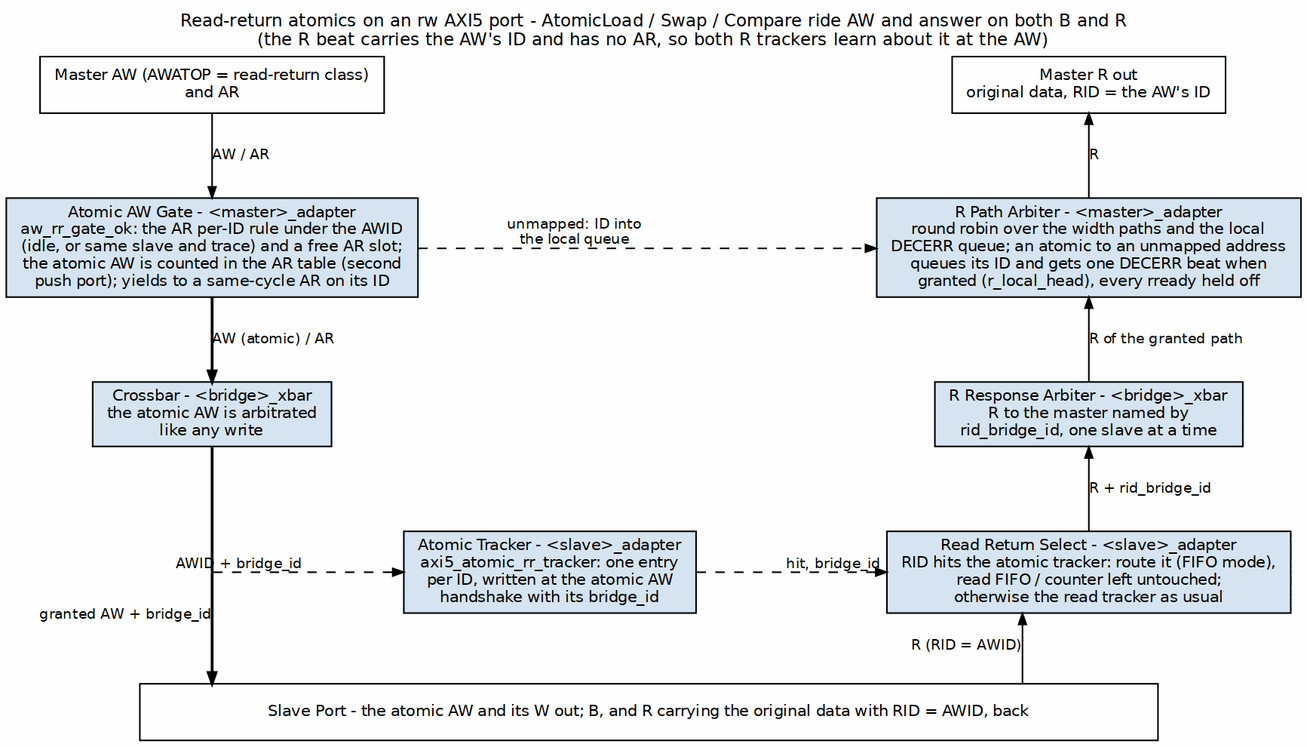
This is projects/components/fabric-gen-ip/bridge/docs/bridge_mas/assets/graphviz/rr_atomics.png from sean-galloway/RTLDesignSherpa, a Graphviz export, as it was before one commit. Its source is kept beside it as projects/components/fabric-gen-ip/bridge/docs/bridge_mas/assets/graphviz/rr_atomics.dot.
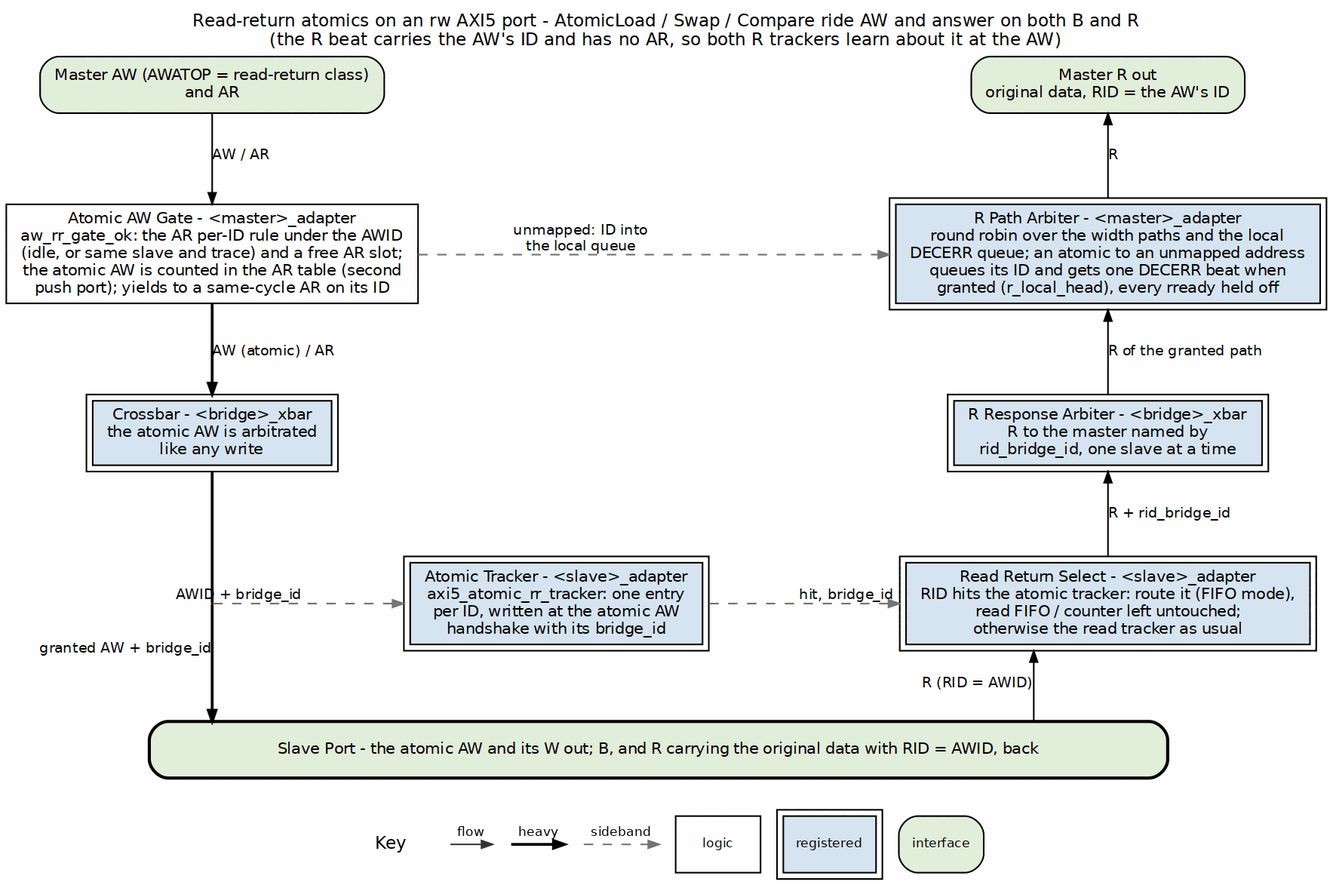
After the change.

What changed in the source:
```diff
@@ -3,32 +3,32 @@
            nodesep="0.85", ranksep="0.60", splines=ortho, labelloc=t,
            label="Read-return atomics on an rw AXI5 port - AtomicLoad / Swap / Compare ride AW and answer on both B and R\n(the R beat carries the AW's ID and has no AR, so both R trackers learn about it at the AW)"];
     node  [fontname="Helvetica", fontsize=10, shape=box, style=filled,
-           fillcolor="#D6E4F0", color="black", margin="0.12,0.06"];
+           fillcolor="white", color="black", margin="0.12,0.06"];
     edge  [fontname="Helvetica", fontsize=9, color="black", arrowsize=0.7];
 
-    pc [label="Master AW (AWATOP = read-return class)\nand AR", fillcolor="white", group=C];
-    pr [label="Master R out\noriginal data, RID = the AW's ID", fillcolor="white", group=R];
+    pc [label="Master AW (AWATOP = read-return class)\nand AR", fillcolor="white", group=C, style="rounded,filled", fillcolor="#E2EFDA"];
+    pr [label="Master R out\noriginal data, RID = the AW's ID", fillcolor="white", group=R, style="rounded,filled", fillcolor="#E2EFDA"];
     { rank=same; pc; pr; }
     pc -> pr [style=invis];
 
-    gate [label="Atomic AW Gate - <master>_adapter\naw_rr_gate_ok: the AR per-ID rule under the AWID\n(idle, or same slave and trace) and a free AR slot;\nthe atomic AW is counted in the AR table (second\npush port); yields to a same-cycle AR on its ID", group=C];
-    rsel [label="R Path Arbiter - <master>_adapter\nround robin over the width paths and the local\nDECERR queue; an atomic to an unmapped address\nqueues its ID and gets one DECERR beat when\ngranted (r_local_head), every rready held off", group=R];
+    gate [label="Atomic AW Gate - <master>_adapter\naw_rr_gate_ok: the AR per-ID rule under the AWID\n(idle, or same slave and trace) and a free AR slot;\nthe atomic AW is counted in the AR table (second\npush port); yields to a same-cycle AR on its ID", group=C, style="filled", fillcolor="white"];
+    rsel [label="R Path Arbiter - <master>_adapter\nround robin over the width paths and the local\nDECERR queue; an atomic to an unmapped address\nqueues its ID and gets one DECERR beat when\ngranted (r_local_head), every rready held off", group=R, peripheries=2, style="filled", fillcolor="#D6E4F0"];
     { rank=same; gate; rsel; }
-    gate -> rsel [style=dashed, xlabel="unmapped: ID into\nthe local queue"];
+    gate -> rsel [style=dashed, color="#777777", xlabel="unmapped: ID into\nthe local queue"];
 
-    xa [label="Crossbar - <bridge>_xbar\nthe atomic AW is arbitrated\nlike any write", group=C];
-    xr [label="R Response Arbiter - <bridge>_xbar\nR to the master named by\nrid_bridge_id, one slave at a time", group=R];
+    xa [label="Crossbar - <bridge>_xbar\nthe atomic AW is arbitrated\nlike any write", group=C, peripheries=2, style="filled", fillcolor="#D6E4F0"];
+    xr [label="R Response Arbiter - <bridge>_xbar\nR to the master named by\nrid_bridge_id, one slave at a time", group=R, peripheries=2, style="filled", fillcolor="#D6E4F0"];
     { rank=same; xa; xr; }
     xa -> xr [style=invis];
 
     pc3 [shape=point, width=0.01, label="", group=C];
-    trk [label="Atomic Tracker - <slave>_adapter\naxi5_atomic_rr_tracker: one entry\nper ID, written at the atomic AW\nhandshake with its bridge_id"];
-    rret [label="Read Return Select - <slave>_adapter\nRID hits the atomic tracker: route it (FIFO mode),\nread FIFO / counter left untouched;\notherwise the read tracker as usual", group=R];
+    trk [label="Atomic Tracker - <slave>_adapter\naxi5_atomic_rr_tracker: one entry\nper ID, written at the atomic AW\nhandshake with its bridge_id", peripheries=2, style="filled", fillcolor="#D6E4F0"];
+    rret [label="Read Return Select - <slave>_adapter\nRID hits the atomic tracker: route it (FIFO mode),\nread FIFO / counter left untouched;\notherwise the read tracker as usual", group=R, peripheries=2, style="filled", fillcolor="#D6E4F0"];
     { rank=same; pc3; trk; rret; }
-    pc3 -> trk [style=dashed, xlabel="AWID + bridge_id"];
-    trk -> rret [style=dashed, xlabel="hit, bridge_id"];
+    pc3 -> trk [style=dashed, color="#777777", xlabel="AWID + bridge_id"];
+    trk -> rret [style=dashed, color="#777777", xlabel="hit, bridge_id"];
 
-    bar [label="Slave Port - the atomic AW and its W out; B, and R carrying the original data with RID = AWID, back", fillcolor="white", width=9];
+    bar [label="Slave Port - the atomic AW and its W out; B, and R carrying the original data with RID = AWID, back", fillcolor="white", width=9, style="rounded,filled,bold", fillcolor="#E2EFDA"];
 
     pc -> gate [label="AW / AR"];
     gate -> xa [label="AW (atomic) / AR", penwidth=1.8];
```
